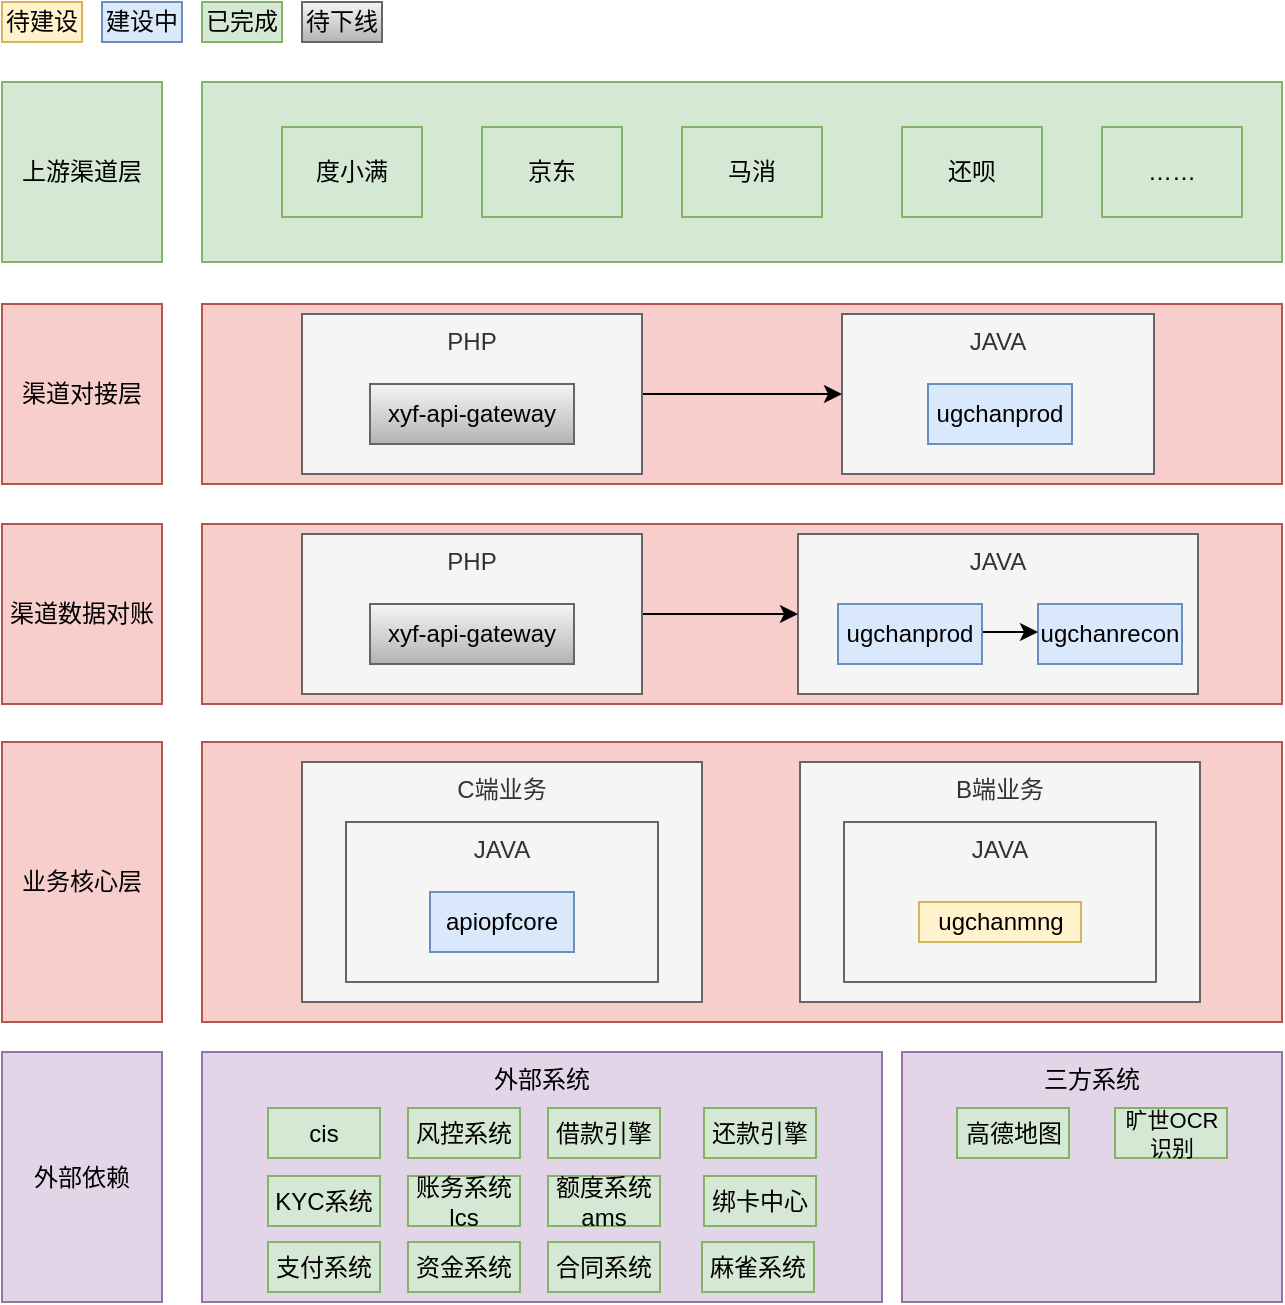
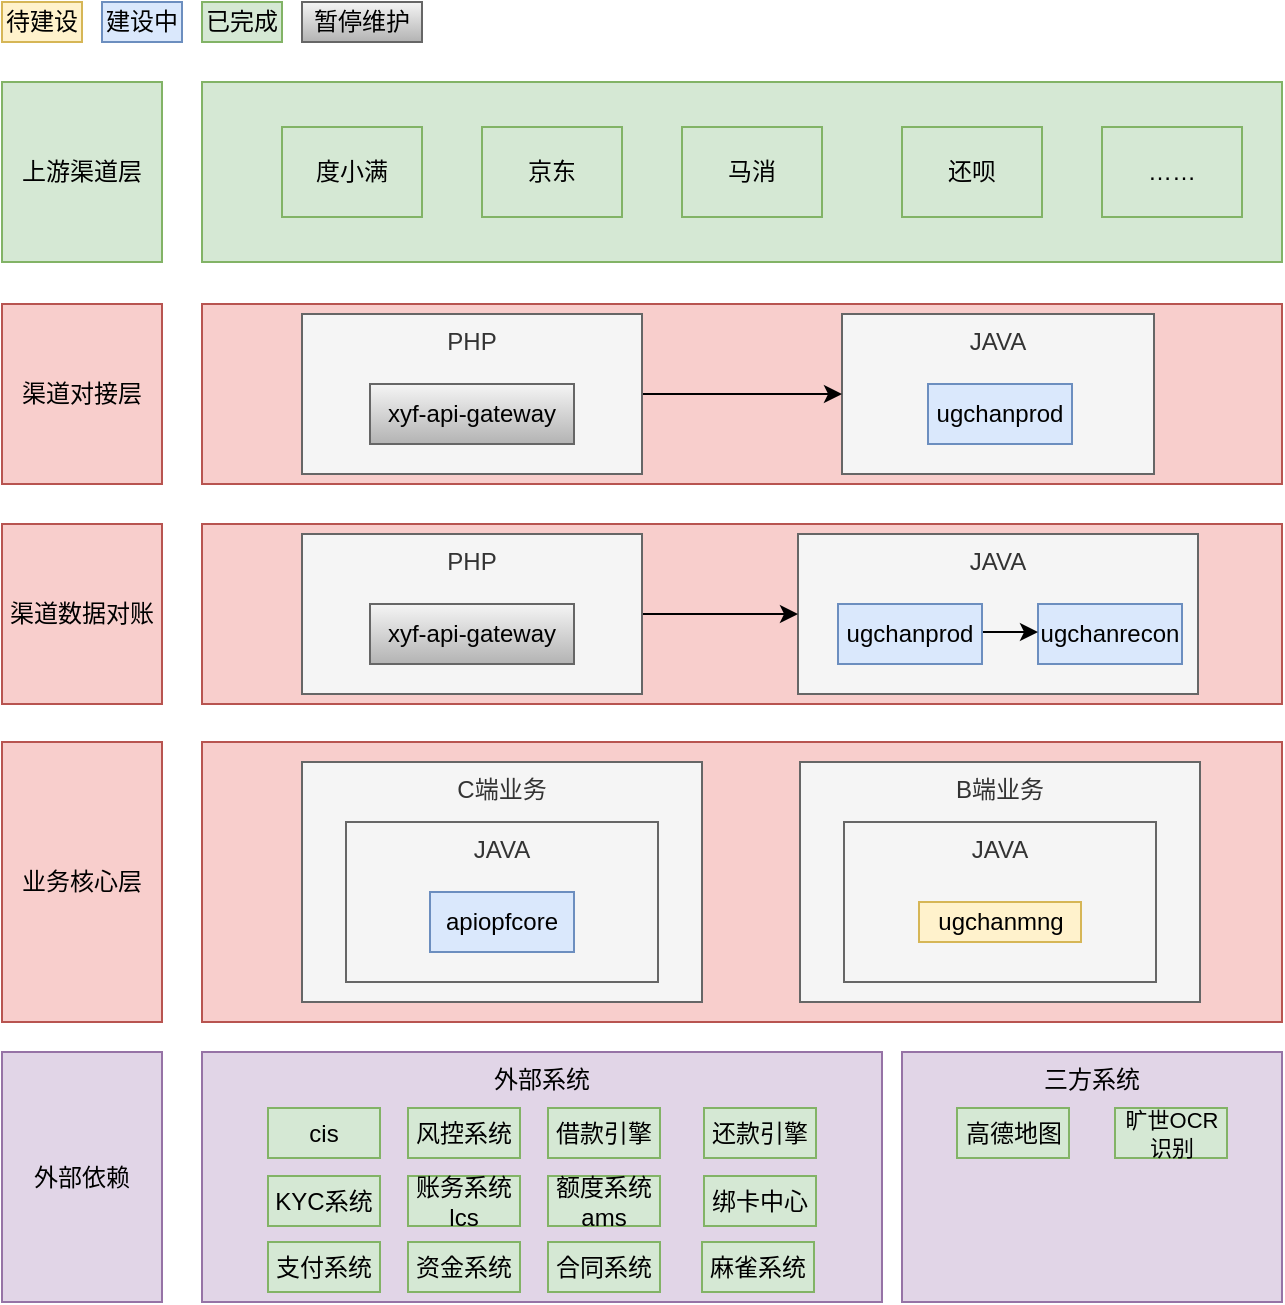
<mxfile host="app.diagrams.net" agent="Mozilla/5.0 (Macintosh; Intel Mac OS X 10_15_7) AppleWebKit/537.36 (KHTML, like Gecko) Chrome/131.0.0.0 Safari/537.36 Edg/131.0.0.0">
  <diagram id="prtHgNgQTEPvFCAcTncT" name="Page-1">
    <mxGraphModel dx="1713" dy="1105" grid="1" gridSize="10" guides="1" tooltips="1" connect="1" arrows="1" fold="1" page="1" pageScale="1" pageWidth="827" pageHeight="1169" math="0" shadow="0">
      <root>
        <mxCell id="0" />
        <mxCell id="1" parent="0" />
        <mxCell id="XHcRj8FyIUyCIuukIsDU-2" parent="1" style="rounded=0;whiteSpace=wrap;html=1;labelBackgroundColor=none;fillColor=#d5e8d4;strokeColor=#82b366;" value="上游渠道层" vertex="1">
          <mxGeometry height="90" width="80" x="70" y="100" as="geometry" />
        </mxCell>
        <mxCell id="XHcRj8FyIUyCIuukIsDU-3" parent="1" style="rounded=0;whiteSpace=wrap;html=1;labelBackgroundColor=none;fillColor=#d5e8d4;strokeColor=#82b366;" value="" vertex="1">
          <mxGeometry height="90" width="540" x="170" y="100" as="geometry" />
        </mxCell>
        <mxCell id="XHcRj8FyIUyCIuukIsDU-4" parent="1" style="rounded=0;whiteSpace=wrap;html=1;labelBackgroundColor=none;fillColor=#d5e8d4;strokeColor=#82b366;" value="度小满" vertex="1">
          <mxGeometry height="45" width="70" x="210" y="122.5" as="geometry" />
        </mxCell>
        <mxCell id="XHcRj8FyIUyCIuukIsDU-5" parent="1" style="rounded=0;whiteSpace=wrap;html=1;labelBackgroundColor=none;fillColor=#d5e8d4;strokeColor=#82b366;" value="京东" vertex="1">
          <mxGeometry height="45" width="70" x="310" y="122.5" as="geometry" />
        </mxCell>
        <mxCell id="XHcRj8FyIUyCIuukIsDU-6" parent="1" style="rounded=0;whiteSpace=wrap;html=1;labelBackgroundColor=none;fillColor=#d5e8d4;strokeColor=#82b366;" value="马消" vertex="1">
          <mxGeometry height="45" width="70" x="410" y="122.5" as="geometry" />
        </mxCell>
        <mxCell id="XHcRj8FyIUyCIuukIsDU-7" parent="1" style="rounded=0;whiteSpace=wrap;html=1;labelBackgroundColor=none;fillColor=#d5e8d4;strokeColor=#82b366;" value="还呗" vertex="1">
          <mxGeometry height="45" width="70" x="520" y="122.5" as="geometry" />
        </mxCell>
        <mxCell id="XHcRj8FyIUyCIuukIsDU-8" parent="1" style="rounded=0;whiteSpace=wrap;html=1;labelBackgroundColor=none;fillColor=#d5e8d4;strokeColor=#82b366;" value="……" vertex="1">
          <mxGeometry height="45" width="70" x="620" y="122.5" as="geometry" />
        </mxCell>
        <mxCell id="XHcRj8FyIUyCIuukIsDU-9" parent="1" style="rounded=0;whiteSpace=wrap;html=1;labelBackgroundColor=none;fillColor=#f8cecc;strokeColor=#b85450;" value="渠道对接层" vertex="1">
          <mxGeometry height="90" width="80" x="70" y="211" as="geometry" />
        </mxCell>
        <mxCell id="XHcRj8FyIUyCIuukIsDU-10" parent="1" style="rounded=0;whiteSpace=wrap;html=1;labelBackgroundColor=none;fillColor=#f8cecc;strokeColor=#b85450;" value="" vertex="1">
          <mxGeometry height="90" width="540" x="170" y="211" as="geometry" />
        </mxCell>
        <mxCell id="XHcRj8FyIUyCIuukIsDU-11" parent="1" style="rounded=0;whiteSpace=wrap;html=1;verticalAlign=top;labelBackgroundColor=none;fillColor=#f5f5f5;fontColor=#333333;strokeColor=#666666;" value="JAVA" vertex="1">
          <mxGeometry height="80" width="156" x="490" y="216" as="geometry" />
        </mxCell>
        <mxCell id="XHcRj8FyIUyCIuukIsDU-12" parent="1" style="text;html=1;align=center;verticalAlign=middle;whiteSpace=wrap;rounded=0;labelBackgroundColor=none;fillColor=#dae8fc;strokeColor=#6c8ebf;" value="ugchanprod" vertex="1">
          <mxGeometry height="30" width="72" x="533" y="251" as="geometry" />
        </mxCell>
        <mxCell id="XHcRj8FyIUyCIuukIsDU-21" edge="1" parent="1" source="XHcRj8FyIUyCIuukIsDU-13" style="edgeStyle=orthogonalEdgeStyle;rounded=0;orthogonalLoop=1;jettySize=auto;html=1;" target="XHcRj8FyIUyCIuukIsDU-11">
          <mxGeometry relative="1" as="geometry" />
        </mxCell>
        <mxCell id="XHcRj8FyIUyCIuukIsDU-13" parent="1" style="rounded=0;whiteSpace=wrap;html=1;verticalAlign=top;labelBackgroundColor=none;fillColor=#f5f5f5;fontColor=#333333;strokeColor=#666666;" value="PHP" vertex="1">
          <mxGeometry height="80" width="170" x="220" y="216" as="geometry" />
        </mxCell>
        <mxCell id="XHcRj8FyIUyCIuukIsDU-14" parent="1" style="text;html=1;align=center;verticalAlign=middle;whiteSpace=wrap;rounded=0;labelBackgroundColor=none;fillColor=#f5f5f5;gradientColor=#b3b3b3;strokeColor=#666666;" value="xyf-api-gateway" vertex="1">
          <mxGeometry height="30" width="102" x="254" y="251" as="geometry" />
        </mxCell>
        <mxCell id="XHcRj8FyIUyCIuukIsDU-15" parent="1" style="rounded=0;whiteSpace=wrap;html=1;fillColor=#fff2cc;strokeColor=#d6b656;" value="待建设" vertex="1">
          <mxGeometry height="20" width="40" x="70" y="60" as="geometry" />
        </mxCell>
        <mxCell id="XHcRj8FyIUyCIuukIsDU-16" parent="1" style="rounded=0;whiteSpace=wrap;html=1;fillColor=#dae8fc;strokeColor=#6c8ebf;" value="建设中" vertex="1">
          <mxGeometry height="20" width="40" x="120" y="60" as="geometry" />
        </mxCell>
        <mxCell id="XHcRj8FyIUyCIuukIsDU-17" parent="1" style="rounded=0;whiteSpace=wrap;html=1;fillColor=#d5e8d4;strokeColor=#82b366;" value="已完成" vertex="1">
          <mxGeometry height="20" width="40" x="170" y="60" as="geometry" />
        </mxCell>
-         <mxCell id="XHcRj8FyIUyCIuukIsDU-18" parent="1" style="rounded=0;whiteSpace=wrap;html=1;fillColor=#f5f5f5;strokeColor=#666666;gradientColor=#b3b3b3;" value="待下线" vertex="1">
-           <mxGeometry height="20" width="40" x="220" y="60" as="geometry" />
+         <mxCell id="XHcRj8FyIUyCIuukIsDU-18" parent="1" style="rounded=0;whiteSpace=wrap;html=1;fillColor=#f5f5f5;strokeColor=#666666;gradientColor=#b3b3b3;" value="暂停维护" vertex="1">
+           <mxGeometry height="20" width="60" x="220" y="60" as="geometry" />
        </mxCell>
        <mxCell id="v9PM_FaOoYrTA3S6MkpD-1" parent="1" style="rounded=0;whiteSpace=wrap;html=1;labelBackgroundColor=none;fillColor=#f8cecc;strokeColor=#b85450;" value="渠道数据对账" vertex="1">
          <mxGeometry height="90" width="80" x="70" y="321" as="geometry" />
        </mxCell>
        <mxCell id="v9PM_FaOoYrTA3S6MkpD-2" parent="1" style="rounded=0;whiteSpace=wrap;html=1;labelBackgroundColor=none;fillColor=#f8cecc;strokeColor=#b85450;" value="" vertex="1">
          <mxGeometry height="90" width="540" x="170" y="321" as="geometry" />
        </mxCell>
        <mxCell id="v9PM_FaOoYrTA3S6MkpD-3" parent="1" style="rounded=0;whiteSpace=wrap;html=1;verticalAlign=top;labelBackgroundColor=none;fillColor=#f5f5f5;fontColor=#333333;strokeColor=#666666;" value="JAVA" vertex="1">
          <mxGeometry height="80" width="200" x="468" y="326" as="geometry" />
        </mxCell>
        <mxCell id="v9PM_FaOoYrTA3S6MkpD-4" parent="1" style="text;html=1;align=center;verticalAlign=middle;whiteSpace=wrap;rounded=0;labelBackgroundColor=none;fillColor=#dae8fc;strokeColor=#6c8ebf;" value="ugchanrecon" vertex="1">
          <mxGeometry height="30" width="72" x="588" y="361" as="geometry" />
        </mxCell>
        <mxCell id="v9PM_FaOoYrTA3S6MkpD-5" edge="1" parent="1" source="v9PM_FaOoYrTA3S6MkpD-6" style="edgeStyle=orthogonalEdgeStyle;rounded=0;orthogonalLoop=1;jettySize=auto;html=1;" target="v9PM_FaOoYrTA3S6MkpD-3">
          <mxGeometry relative="1" as="geometry" />
        </mxCell>
        <mxCell id="v9PM_FaOoYrTA3S6MkpD-6" parent="1" style="rounded=0;whiteSpace=wrap;html=1;verticalAlign=top;labelBackgroundColor=none;fillColor=#f5f5f5;fontColor=#333333;strokeColor=#666666;" value="PHP" vertex="1">
          <mxGeometry height="80" width="170" x="220" y="326" as="geometry" />
        </mxCell>
        <mxCell id="v9PM_FaOoYrTA3S6MkpD-7" parent="1" style="text;html=1;align=center;verticalAlign=middle;whiteSpace=wrap;rounded=0;labelBackgroundColor=none;fillColor=#f5f5f5;gradientColor=#b3b3b3;strokeColor=#666666;" value="xyf-api-gateway" vertex="1">
          <mxGeometry height="30" width="102" x="254" y="361" as="geometry" />
        </mxCell>
        <mxCell id="v9PM_FaOoYrTA3S6MkpD-10" edge="1" parent="1" style="edgeStyle=orthogonalEdgeStyle;rounded=0;orthogonalLoop=1;jettySize=auto;html=1;entryX=0;entryY=0.5;entryDx=0;entryDy=0;">
          <mxGeometry relative="1" as="geometry">
            <mxPoint x="559.9999999999991" y="375" as="sourcePoint" />
            <mxPoint x="588" y="375" as="targetPoint" />
          </mxGeometry>
        </mxCell>
        <mxCell id="v9PM_FaOoYrTA3S6MkpD-8" parent="1" style="text;html=1;align=center;verticalAlign=middle;whiteSpace=wrap;rounded=0;labelBackgroundColor=none;fillColor=#dae8fc;strokeColor=#6c8ebf;" value="ugchanprod" vertex="1">
          <mxGeometry height="30" width="72" x="488" y="361" as="geometry" />
        </mxCell>
        <mxCell id="v9PM_FaOoYrTA3S6MkpD-11" parent="1" style="rounded=0;whiteSpace=wrap;html=1;labelBackgroundColor=none;fillColor=#f8cecc;strokeColor=#b85450;" value="业务核心层" vertex="1">
          <mxGeometry height="140" width="80" x="70" y="430" as="geometry" />
        </mxCell>
        <mxCell id="v9PM_FaOoYrTA3S6MkpD-12" parent="1" style="rounded=0;whiteSpace=wrap;html=1;labelBackgroundColor=none;fillColor=#f8cecc;strokeColor=#b85450;" value="" vertex="1">
          <mxGeometry height="140" width="540" x="170" y="430" as="geometry" />
        </mxCell>
        <mxCell id="v9PM_FaOoYrTA3S6MkpD-13" parent="1" style="rounded=0;whiteSpace=wrap;html=1;verticalAlign=top;labelBackgroundColor=none;fillColor=#f5f5f5;fontColor=#333333;strokeColor=#666666;" value="C端业务" vertex="1">
          <mxGeometry height="120" width="200" x="220" y="440" as="geometry" />
        </mxCell>
        <mxCell id="v9PM_FaOoYrTA3S6MkpD-14" parent="1" style="rounded=0;whiteSpace=wrap;html=1;labelBackgroundColor=none;fillColor=#e1d5e7;strokeColor=#9673a6;" value="外部依赖" vertex="1">
          <mxGeometry height="125" width="80" x="70" y="585" as="geometry" />
        </mxCell>
        <mxCell id="v9PM_FaOoYrTA3S6MkpD-15" parent="1" style="rounded=0;whiteSpace=wrap;html=1;verticalAlign=top;labelBackgroundColor=none;fillColor=#f5f5f5;fontColor=#333333;strokeColor=#666666;" value="B端业务" vertex="1">
          <mxGeometry height="120" width="200" x="469" y="440" as="geometry" />
        </mxCell>
        <mxCell id="v9PM_FaOoYrTA3S6MkpD-16" parent="1" style="rounded=0;whiteSpace=wrap;html=1;verticalAlign=top;labelBackgroundColor=none;fillColor=#f5f5f5;fontColor=#333333;strokeColor=#666666;" value="JAVA" vertex="1">
          <mxGeometry height="80" width="156" x="491" y="470" as="geometry" />
        </mxCell>
        <mxCell id="v9PM_FaOoYrTA3S6MkpD-18" parent="1" style="rounded=0;whiteSpace=wrap;html=1;fillColor=#fff2cc;strokeColor=#d6b656;" value="ugchanmng" vertex="1">
          <mxGeometry height="20" width="81" x="528.5" y="510" as="geometry" />
        </mxCell>
        <mxCell id="v9PM_FaOoYrTA3S6MkpD-19" parent="1" style="rounded=0;whiteSpace=wrap;html=1;verticalAlign=top;labelBackgroundColor=none;fillColor=#f5f5f5;fontColor=#333333;strokeColor=#666666;" value="JAVA" vertex="1">
          <mxGeometry height="80" width="156" x="242" y="470" as="geometry" />
        </mxCell>
        <mxCell id="v9PM_FaOoYrTA3S6MkpD-20" parent="1" style="text;html=1;align=center;verticalAlign=middle;whiteSpace=wrap;rounded=0;labelBackgroundColor=none;fillColor=#dae8fc;strokeColor=#6c8ebf;" value="apiopfcore" vertex="1">
          <mxGeometry height="30" width="72" x="284" y="505" as="geometry" />
        </mxCell>
        <mxCell id="v9PM_FaOoYrTA3S6MkpD-21" parent="1" style="rounded=0;whiteSpace=wrap;html=1;labelBackgroundColor=none;fillColor=#e1d5e7;strokeColor=#9673a6;verticalAlign=top;" value="外部系统" vertex="1">
          <mxGeometry height="125" width="340" x="170" y="585" as="geometry" />
        </mxCell>
        <mxCell id="v9PM_FaOoYrTA3S6MkpD-22" parent="1" style="rounded=0;whiteSpace=wrap;html=1;labelBackgroundColor=none;fillColor=#d5e8d4;strokeColor=#82b366;" value="cis" vertex="1">
          <mxGeometry height="25" width="56" x="203" y="613" as="geometry" />
        </mxCell>
        <mxCell id="v9PM_FaOoYrTA3S6MkpD-23" parent="1" style="rounded=0;whiteSpace=wrap;html=1;labelBackgroundColor=none;fillColor=#d5e8d4;strokeColor=#82b366;" value="风控系统" vertex="1">
          <mxGeometry height="25" width="56" x="273" y="613" as="geometry" />
        </mxCell>
        <mxCell id="v9PM_FaOoYrTA3S6MkpD-24" parent="1" style="rounded=0;whiteSpace=wrap;html=1;labelBackgroundColor=none;fillColor=#e1d5e7;strokeColor=#9673a6;verticalAlign=top;" value="三方系统" vertex="1">
          <mxGeometry height="125" width="190" x="520" y="585" as="geometry" />
        </mxCell>
        <mxCell id="v9PM_FaOoYrTA3S6MkpD-25" parent="1" style="rounded=0;whiteSpace=wrap;html=1;labelBackgroundColor=none;fillColor=#d5e8d4;strokeColor=#82b366;" value="借款引擎" vertex="1">
          <mxGeometry height="25" width="56" x="343" y="613" as="geometry" />
        </mxCell>
        <mxCell id="v9PM_FaOoYrTA3S6MkpD-26" parent="1" style="rounded=0;whiteSpace=wrap;html=1;labelBackgroundColor=none;fillColor=#d5e8d4;strokeColor=#82b366;" value="KYC系统" vertex="1">
          <mxGeometry height="25" width="56" x="203" y="647" as="geometry" />
        </mxCell>
        <mxCell id="v9PM_FaOoYrTA3S6MkpD-27" parent="1" style="rounded=0;whiteSpace=wrap;html=1;labelBackgroundColor=none;fillColor=#d5e8d4;strokeColor=#82b366;" value="还款引擎" vertex="1">
          <mxGeometry height="25" width="56" x="421" y="613" as="geometry" />
        </mxCell>
        <mxCell id="v9PM_FaOoYrTA3S6MkpD-28" parent="1" style="rounded=0;whiteSpace=wrap;html=1;labelBackgroundColor=none;fillColor=#d5e8d4;strokeColor=#82b366;" value="账务系统lcs" vertex="1">
          <mxGeometry height="25" width="56" x="273" y="647" as="geometry" />
        </mxCell>
        <mxCell id="v9PM_FaOoYrTA3S6MkpD-29" parent="1" style="rounded=0;whiteSpace=wrap;html=1;labelBackgroundColor=none;fillColor=#d5e8d4;strokeColor=#82b366;" value="额度系统ams" vertex="1">
          <mxGeometry height="25" width="56" x="343" y="647" as="geometry" />
        </mxCell>
        <mxCell id="v9PM_FaOoYrTA3S6MkpD-30" parent="1" style="rounded=0;whiteSpace=wrap;html=1;labelBackgroundColor=none;fillColor=#d5e8d4;strokeColor=#82b366;" value="绑卡中心" vertex="1">
          <mxGeometry height="25" width="56" x="421" y="647" as="geometry" />
        </mxCell>
        <mxCell id="v9PM_FaOoYrTA3S6MkpD-31" parent="1" style="rounded=0;whiteSpace=wrap;html=1;labelBackgroundColor=none;fillColor=#d5e8d4;strokeColor=#82b366;" value="支付系统" vertex="1">
          <mxGeometry height="25" width="56" x="203" y="680" as="geometry" />
        </mxCell>
        <mxCell id="v9PM_FaOoYrTA3S6MkpD-32" parent="1" style="rounded=0;whiteSpace=wrap;html=1;labelBackgroundColor=none;fillColor=#d5e8d4;strokeColor=#82b366;" value="资金系统" vertex="1">
          <mxGeometry height="25" width="56" x="273" y="680" as="geometry" />
        </mxCell>
        <mxCell id="v9PM_FaOoYrTA3S6MkpD-33" parent="1" style="rounded=0;whiteSpace=wrap;html=1;labelBackgroundColor=none;fillColor=#d5e8d4;strokeColor=#82b366;" value="合同系统" vertex="1">
          <mxGeometry height="25" width="56" x="343" y="680" as="geometry" />
        </mxCell>
        <mxCell id="v9PM_FaOoYrTA3S6MkpD-34" parent="1" style="rounded=0;whiteSpace=wrap;html=1;labelBackgroundColor=none;fillColor=#d5e8d4;strokeColor=#82b366;" value="麻雀系统" vertex="1">
          <mxGeometry height="25" width="56" x="420" y="680" as="geometry" />
        </mxCell>
        <mxCell id="v9PM_FaOoYrTA3S6MkpD-35" parent="1" style="rounded=0;whiteSpace=wrap;html=1;labelBackgroundColor=none;fillColor=#d5e8d4;strokeColor=#82b366;" value="高德地图" vertex="1">
          <mxGeometry height="25" width="56" x="547.5" y="613" as="geometry" />
        </mxCell>
        <mxCell id="v9PM_FaOoYrTA3S6MkpD-36" parent="1" style="rounded=0;whiteSpace=wrap;html=1;labelBackgroundColor=none;fillColor=#d5e8d4;strokeColor=#82b366;fontSize=11;" value="旷世OCR识别" vertex="1">
          <mxGeometry height="25" width="56" x="626.5" y="613" as="geometry" />
        </mxCell>
      </root>
    </mxGraphModel>
  </diagram>
</mxfile>
